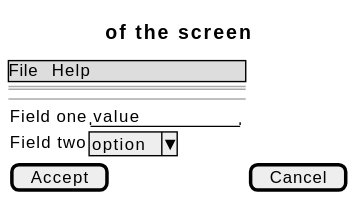
didactika/kampus keeps this PlantUML diagram as docs/01-requirements/use-cases/viewCalendar/wireframes.svg. Above is the earlier version. Its diagram source:
```plantuml
@startsalt
{
  {* File | Help }
  ==
  Title of the screen
  --
  {
    Field one | "value        "
    Field two | ^option^
  }
  [ Accept ] | [ Cancel ]
}
@endsalt
```
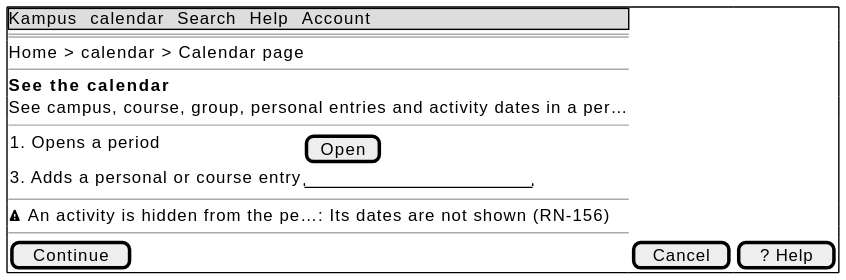
After the commit.

What changed in the source:
```diff
@@ -1,13 +1,19 @@
 @startsalt
-{
-  {* File | Help }
+{+
+  {* Kampus | calendar | Search | Help | Account }
   ==
-  Title of the screen
+  Home > calendar > Calendar page
+  --
+  <b>See the calendar
+  See campus, course, group, personal entries and activity dates in a per…
   --
   {
-    Field one | "value        "
-    Field two | ^option^
+    1. Opens a period | [ Open ]
+    3. Adds a personal or course entry | "                    "
   }
-  [ Accept ] | [ Cancel ]
+  --
+  <&warning> An activity is hidden from the pe…: Its dates are not shown (RN-156)
+  --
+  [ Continue ] | [ Cancel ] | [ ? Help ]
 }
 @endsalt
```
